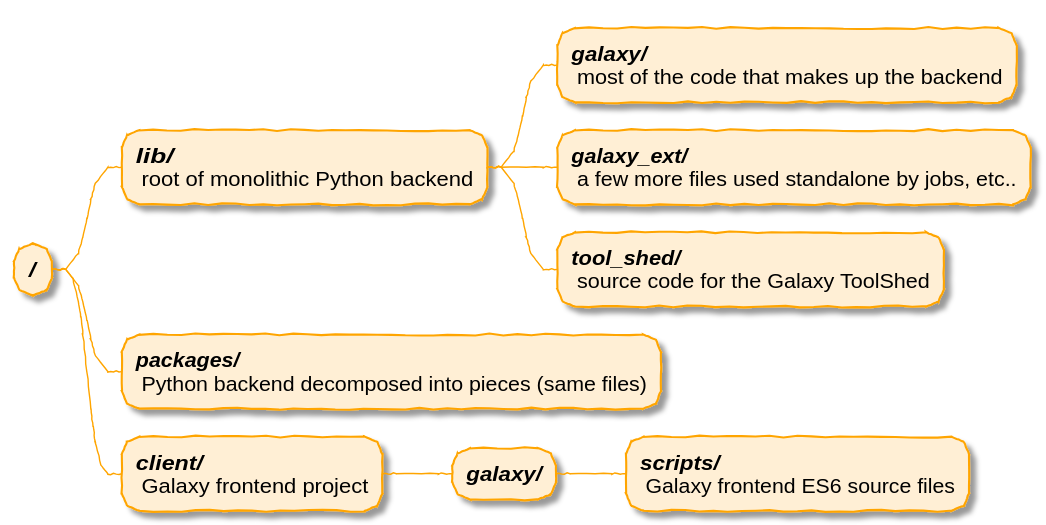
Earlier version of the PlantUML export topics/dev/images/core_files_code.plantuml.svg (pavanvidem/training-material). Its diagram source:
```plantuml
@startmindmap

!include plantuml_style.txt
!include plantuml_options.txt

* /
**:<b><i>lib/</i></b>
 root of monolithic Python backend;
***:<b><i>galaxy/</i></b>
 most of the code that makes up the backend;
***:<b><i>galaxy_ext/</i></b>
 a few more files used standalone by jobs, etc..;
***:<b><i>tool_shed/</i></b>
 source code for the Galaxy ToolShed;
**:<b><i>packages/</i></b>
 Python backend decomposed into pieces (same files);
**:<b><i>client/</i></b>
 Galaxy frontend project;
*** <b><i>galaxy/</i></b>
****:<b><i>scripts/</i></b>
 Galaxy frontend ES6 source files;
@endmindmap
```
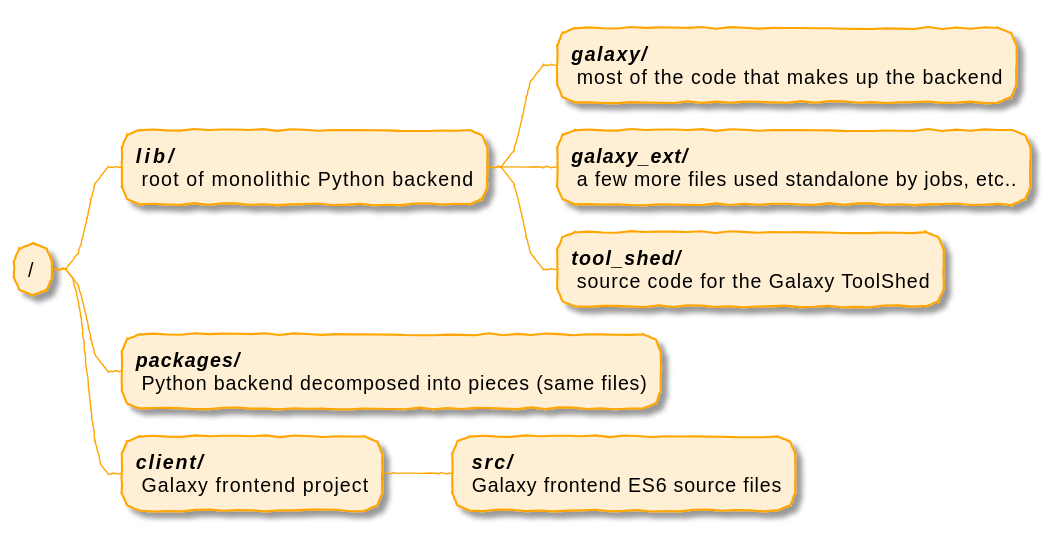
The same diagram one commit later.

Diff of the diagram source:
```diff
@@ -16,7 +16,6 @@
  Python backend decomposed into pieces (same files);
 **:<b><i>client/</i></b>
  Galaxy frontend project;
-*** <b><i>galaxy/</i></b>
-****:<b><i>scripts/</i></b>
+***: <b><i>src/</i></b>
  Galaxy frontend ES6 source files;
 @endmindmap
```
